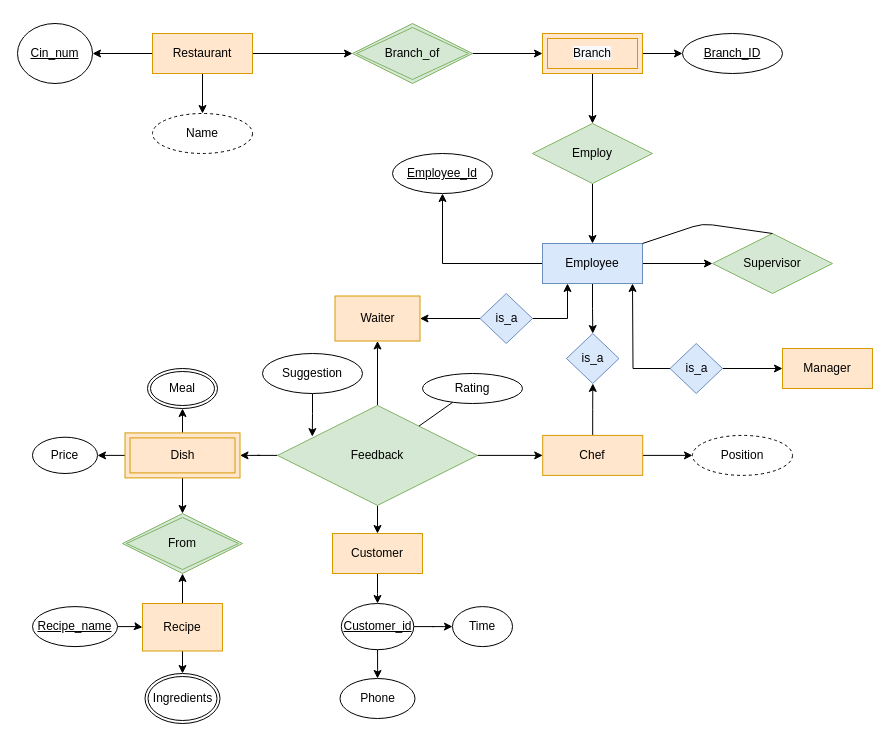
sarthaka1310/DAA keeps this draw.io diagram as Restaurant Ratings.drawio. Above is the earlier version. Source tidied: cells renumbered, new cells numbered last; positions are measured from the earlier drawing's top-left corner, leaving out a move shared by most shapes. Both pictures are drawn from the tidied source at 100%, with x=0, y=0 at pixel (17, 23).
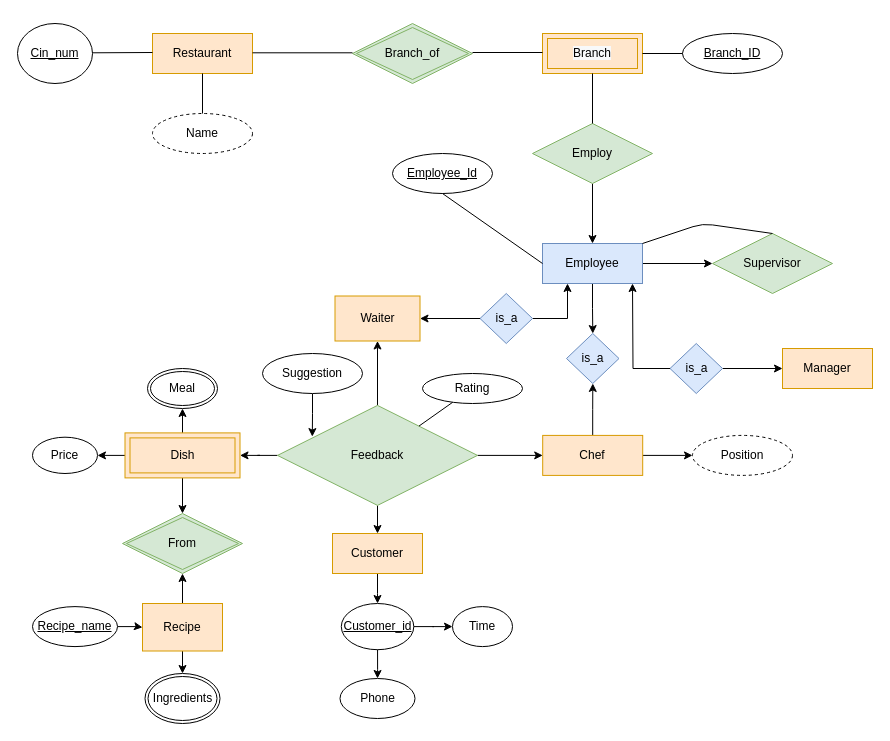
After the change.

Unchanged cells that the change refers to:
```xml
<mxCell id="15" value="Employee" style="whiteSpace=wrap;html=1;align=center;fillColor=#dae8fc;strokeColor=#6c8ebf;" parent="1" vertex="1">
  <mxGeometry x="525" y="220" width="100" height="40" as="geometry" />
</mxCell>
<mxCell id="24" value="Restaurant" style="whiteSpace=wrap;html=1;align=center;fillColor=#ffe6cc;strokeColor=#d79b00;" parent="1" vertex="1">
  <mxGeometry x="135" y="10" width="100" height="40" as="geometry" />
</mxCell>
<mxCell id="27" value="&#10;&#10;&lt;span style=&quot;color: rgb(0, 0, 0); font-family: helvetica; font-size: 12px; font-style: normal; font-weight: 400; letter-spacing: normal; text-align: center; text-indent: 0px; text-transform: none; word-spacing: 0px; background-color: rgb(248, 249, 250); display: inline; float: none;&quot;&gt;Branch&lt;/span&gt;&#10;&#10;" style="shape=ext;margin=3;double=1;whiteSpace=wrap;html=1;align=center;fillColor=#ffe6cc;strokeColor=#d79b00;" parent="1" vertex="1">
  <mxGeometry x="525" y="10" width="100" height="40" as="geometry" />
</mxCell>
<mxCell id="29" value="Employ" style="shape=rhombus;perimeter=rhombusPerimeter;whiteSpace=wrap;html=1;align=center;fillColor=#d5e8d4;strokeColor=#82b366;" parent="1" vertex="1">
  <mxGeometry x="515" y="100" width="120" height="60" as="geometry" />
</mxCell>
<mxCell id="30" value="&lt;u&gt;Cin_num&lt;/u&gt;" style="ellipse;whiteSpace=wrap;html=1;" parent="1" vertex="1">
  <mxGeometry width="75" height="60" as="geometry" />
</mxCell>
<mxCell id="32" value="Branch_of" style="shape=rhombus;double=1;perimeter=rhombusPerimeter;whiteSpace=wrap;html=1;align=center;fillColor=#d5e8d4;strokeColor=#82b366;" parent="1" vertex="1">
  <mxGeometry x="335" width="120" height="60" as="geometry" />
</mxCell>
<mxCell id="33" value="Name" style="ellipse;whiteSpace=wrap;html=1;align=center;dashed=1;" parent="1" vertex="1">
  <mxGeometry x="135" y="90" width="100" height="40" as="geometry" />
</mxCell>
<mxCell id="35" value="Employee_Id" style="ellipse;whiteSpace=wrap;html=1;align=center;fontStyle=4;" parent="1" vertex="1">
  <mxGeometry x="375" y="130" width="100" height="40" as="geometry" />
</mxCell>
<mxCell id="49" value="Branch_ID" style="ellipse;whiteSpace=wrap;html=1;align=center;fontStyle=4;" parent="1" vertex="1">
  <mxGeometry x="665" y="10" width="100" height="40" as="geometry" />
</mxCell>
```

What changed in the source:
```diff
@@
-    <mxCell id="12" style="edgeStyle=orthogonalEdgeStyle;rounded=0;jettySize=auto;html=1;" parent="1" edge="1" source="15" target="35">
-      <mxGeometry relative="1" as="geometry" />
-    </mxCell>
@@
-    <mxCell id="21" style="edgeStyle=orthogonalEdgeStyle;rounded=0;jettySize=auto;html=1;" parent="1" edge="1" source="24" target="30">
-      <mxGeometry relative="1" as="geometry" />
-    </mxCell>
-    <mxCell id="22" style="edgeStyle=orthogonalEdgeStyle;rounded=0;jettySize=auto;html=1;" parent="1" edge="1" source="24" target="32">
-      <mxGeometry relative="1" as="geometry" />
-    </mxCell>
-    <mxCell id="23" style="edgeStyle=orthogonalEdgeStyle;rounded=0;jettySize=auto;html=1;" parent="1" edge="1" source="24" target="33">
-      <mxGeometry relative="1" as="geometry" />
-    </mxCell>
@@
-    <mxCell id="25" style="edgeStyle=orthogonalEdgeStyle;rounded=0;jettySize=auto;html=1;" parent="1" edge="1" source="27" target="29">
-      <mxGeometry relative="1" as="geometry" />
-    </mxCell>
-    <mxCell id="26" style="edgeStyle=orthogonalEdgeStyle;rounded=0;jettySize=auto;html=1;" parent="1" edge="1" source="27" target="49">
-      <mxGeometry relative="1" as="geometry" />
-    </mxCell>
@@
-    <mxCell id="31" style="edgeStyle=orthogonalEdgeStyle;rounded=0;jettySize=auto;html=1;" parent="1" edge="1" source="32" target="27">
-      <mxGeometry relative="1" as="geometry" />
-    </mxCell>
@@
+    <mxCell id="65" style="endArrow=none;html=1;rounded=0;" parent="1" edge="1">
+      <mxGeometry relative="1" as="geometry">
+        <mxPoint x="235" y="29.3" as="sourcePoint" />
+        <mxPoint x="335" y="29.3" as="targetPoint" />
+      </mxGeometry>
+    </mxCell>
+    <mxCell id="66" style="endArrow=none;html=1;rounded=0;entryX=0.5;entryY=1;entryDx=0;entryDy=0;exitX=0.5;exitY=0;exitDx=0;exitDy=0;" parent="1" edge="1" source="33" target="24">
+      <mxGeometry relative="1" as="geometry" />
+    </mxCell>
+    <mxCell id="67" style="endArrow=none;html=1;rounded=0;" parent="1" edge="1">
+      <mxGeometry relative="1" as="geometry">
+        <mxPoint x="75" y="29.3" as="sourcePoint" />
+        <mxPoint x="135" y="29" as="targetPoint" />
+      </mxGeometry>
+    </mxCell>
+    <mxCell id="68" style="endArrow=none;html=1;rounded=0;" parent="1" edge="1">
+      <mxGeometry relative="1" as="geometry">
+        <mxPoint x="455" y="29" as="sourcePoint" />
+        <mxPoint x="525" y="29" as="targetPoint" />
+      </mxGeometry>
+    </mxCell>
+    <mxCell id="69" style="endArrow=none;html=1;rounded=0;" parent="1" edge="1">
+      <mxGeometry relative="1" as="geometry">
+        <mxPoint x="625" y="30" as="sourcePoint" />
+        <mxPoint x="665" y="30" as="targetPoint" />
+      </mxGeometry>
+    </mxCell>
+    <mxCell id="70" style="endArrow=none;html=1;rounded=0;entryX=0.5;entryY=1;entryDx=0;entryDy=0;exitX=0.5;exitY=0;exitDx=0;exitDy=0;" parent="1" edge="1" source="29" target="27">
+      <mxGeometry relative="1" as="geometry" />
+    </mxCell>
+    <mxCell id="71" style="endArrow=none;html=1;rounded=0;exitX=0.5;exitY=1;exitDx=0;exitDy=0;entryX=0;entryY=0.5;entryDx=0;entryDy=0;" parent="1" edge="1" source="35" target="15">
+      <mxGeometry relative="1" as="geometry" />
+    </mxCell>
```
